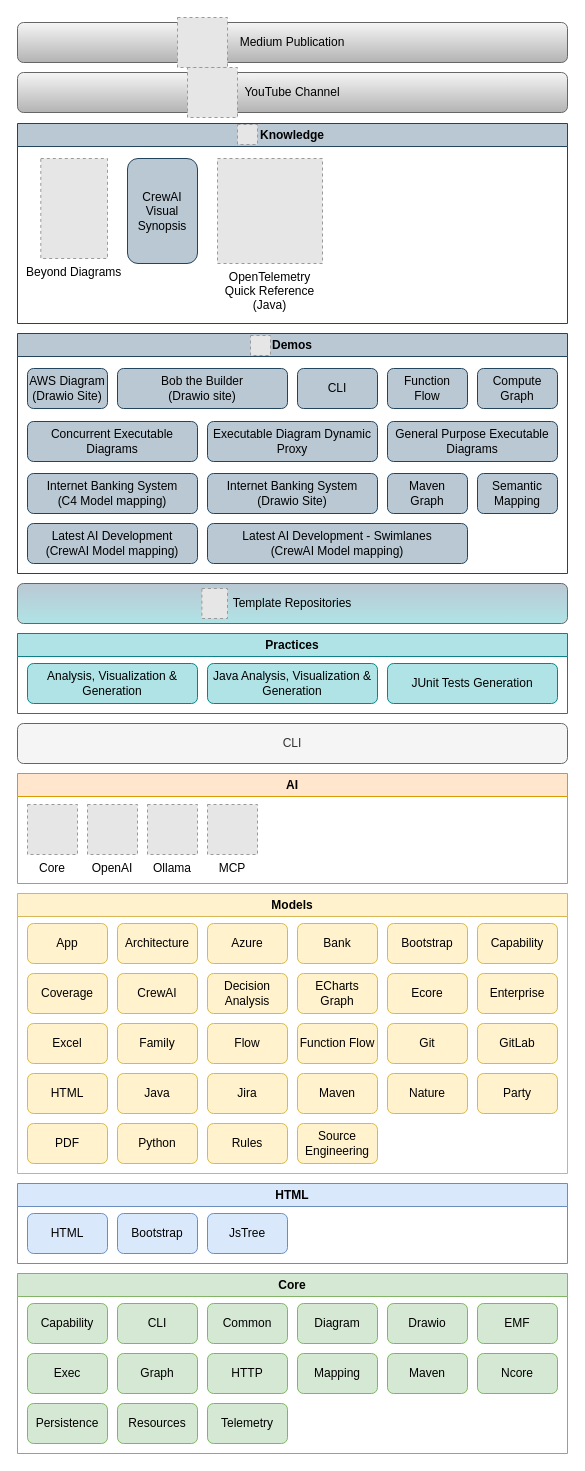
Nasdanika/nasdanika.github.io keeps this draw.io diagram as model/nasdanika.drawio. Above is the earlier version. Source tidied: cells renumbered, new cells numbered last; positions are measured from the earlier drawing's top-left corner, leaving out a move shared by most shapes. Both pictures are drawn from the tidied source at 100%, with x=0, y=0 at pixel (17, 17). Pictures stored in the file or linked from it are replaced by grey dashed boxes.
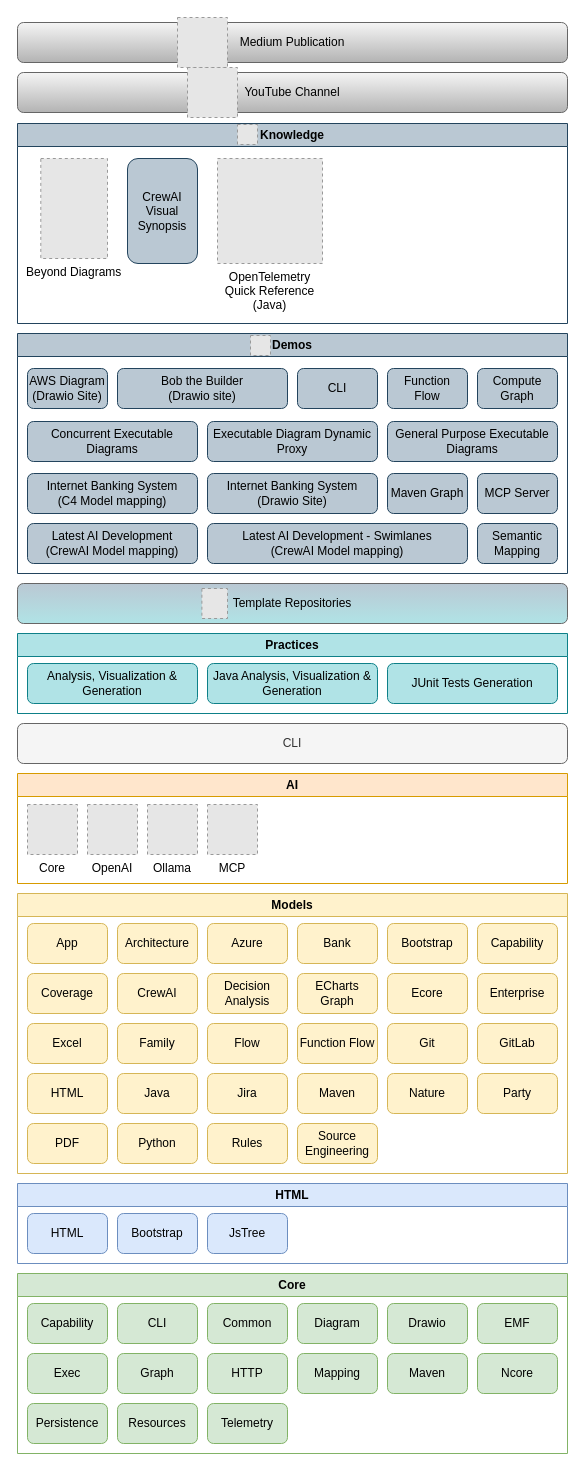
The same diagram, later.

The change refers to these unchanged cells:
```xml
<mxCell id="67" value="Demos" style="swimlane;whiteSpace=wrap;html=1;fillColor=#bac8d3;strokeColor=#23445d;" parent="1" vertex="1">
  <mxGeometry y="316" width="550" height="240" as="geometry" />
</mxCell>
```

Change to the diagram source:
```diff
@@
-    <mxCell id="77" value="Maven&lt;div&gt;Graph&lt;/div&gt;" style="rounded=1;whiteSpace=wrap;html=1;fillColor=#bac8d3;strokeColor=#23445d;" parent="67" vertex="1">
+    <mxCell id="77" value="Maven&amp;nbsp;&lt;span style=&quot;background-color: transparent; color: light-dark(rgb(0, 0, 0), rgb(255, 255, 255));&quot;&gt;Graph&lt;/span&gt;" style="rounded=1;whiteSpace=wrap;html=1;fillColor=#bac8d3;strokeColor=#23445d;" parent="67" vertex="1">
       <mxGeometry x="370" y="140" width="80" height="40" as="geometry" />
     </mxCell>
     <mxCell id="78" value="Semantic&lt;div&gt;Mapping&lt;/div&gt;" style="rounded=1;whiteSpace=wrap;html=1;fillColor=#bac8d3;strokeColor=#23445d;" parent="67" vertex="1">
-      <mxGeometry x="460" y="140" width="80" height="40" as="geometry" />
+      <mxGeometry x="460" y="190" width="80" height="40" as="geometry" />
     </mxCell>
@@
+    <mxCell id="88" value="MCP Server" style="rounded=1;whiteSpace=wrap;html=1;fillColor=#bac8d3;strokeColor=#23445d;" parent="67" vertex="1">
+      <mxGeometry x="460" y="140" width="80" height="40" as="geometry" />
+    </mxCell>
```
